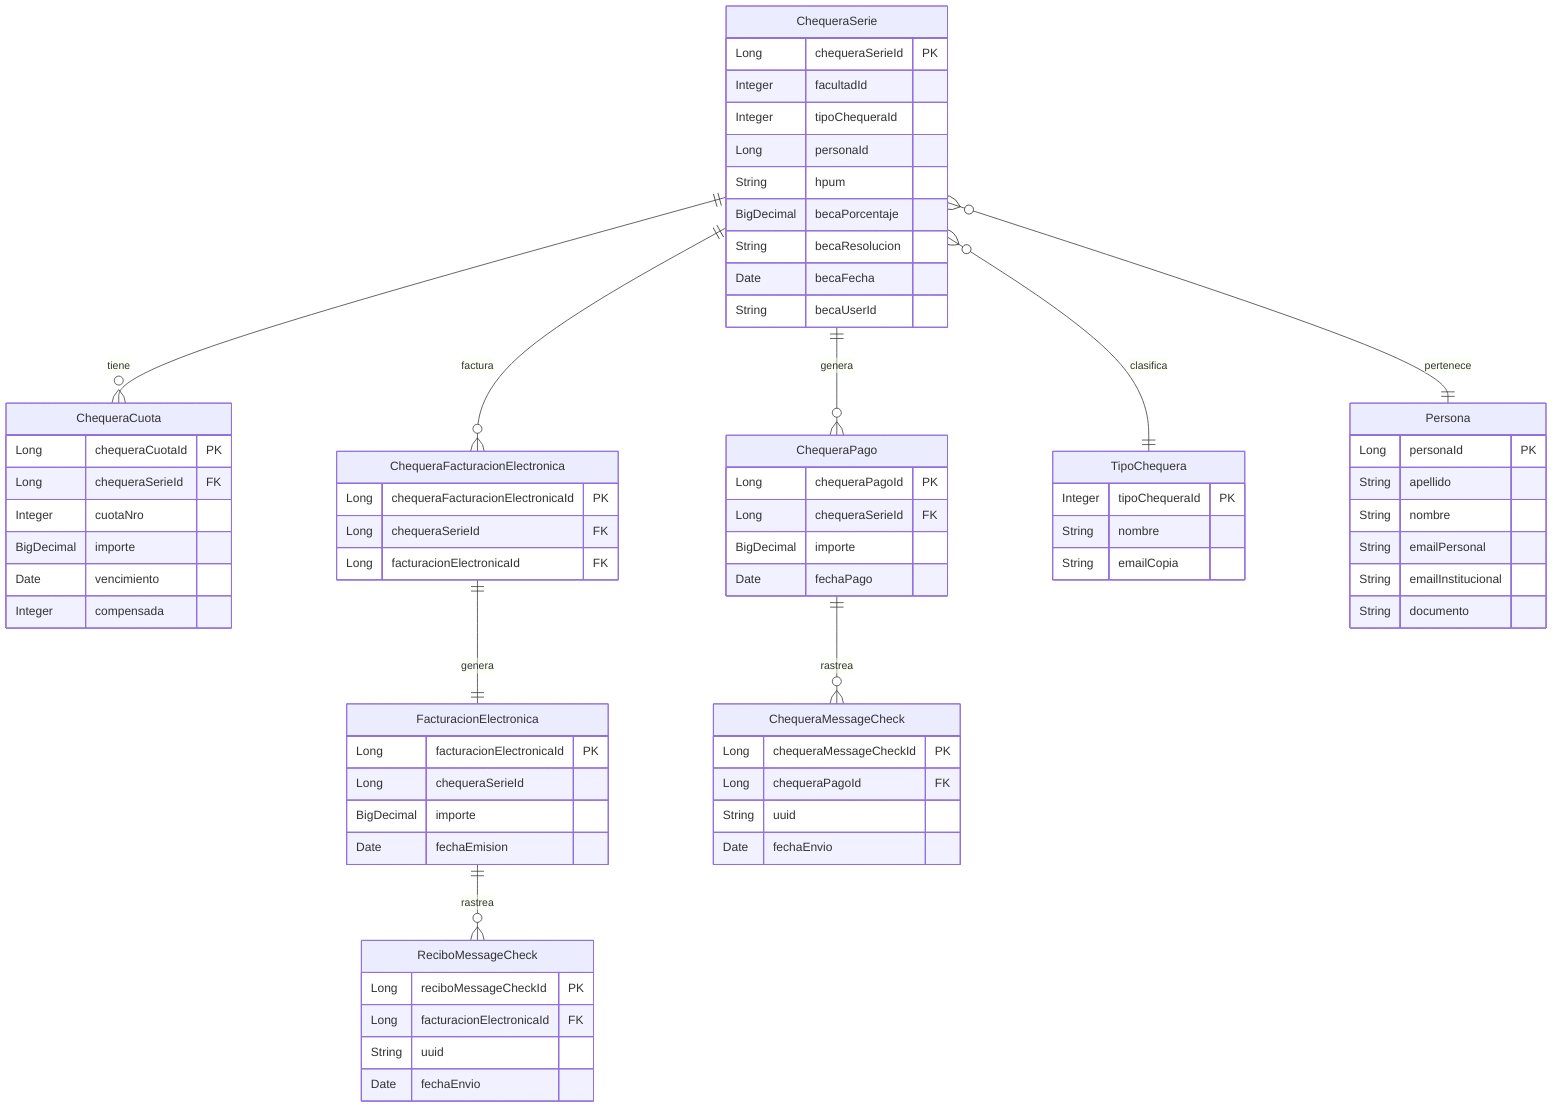
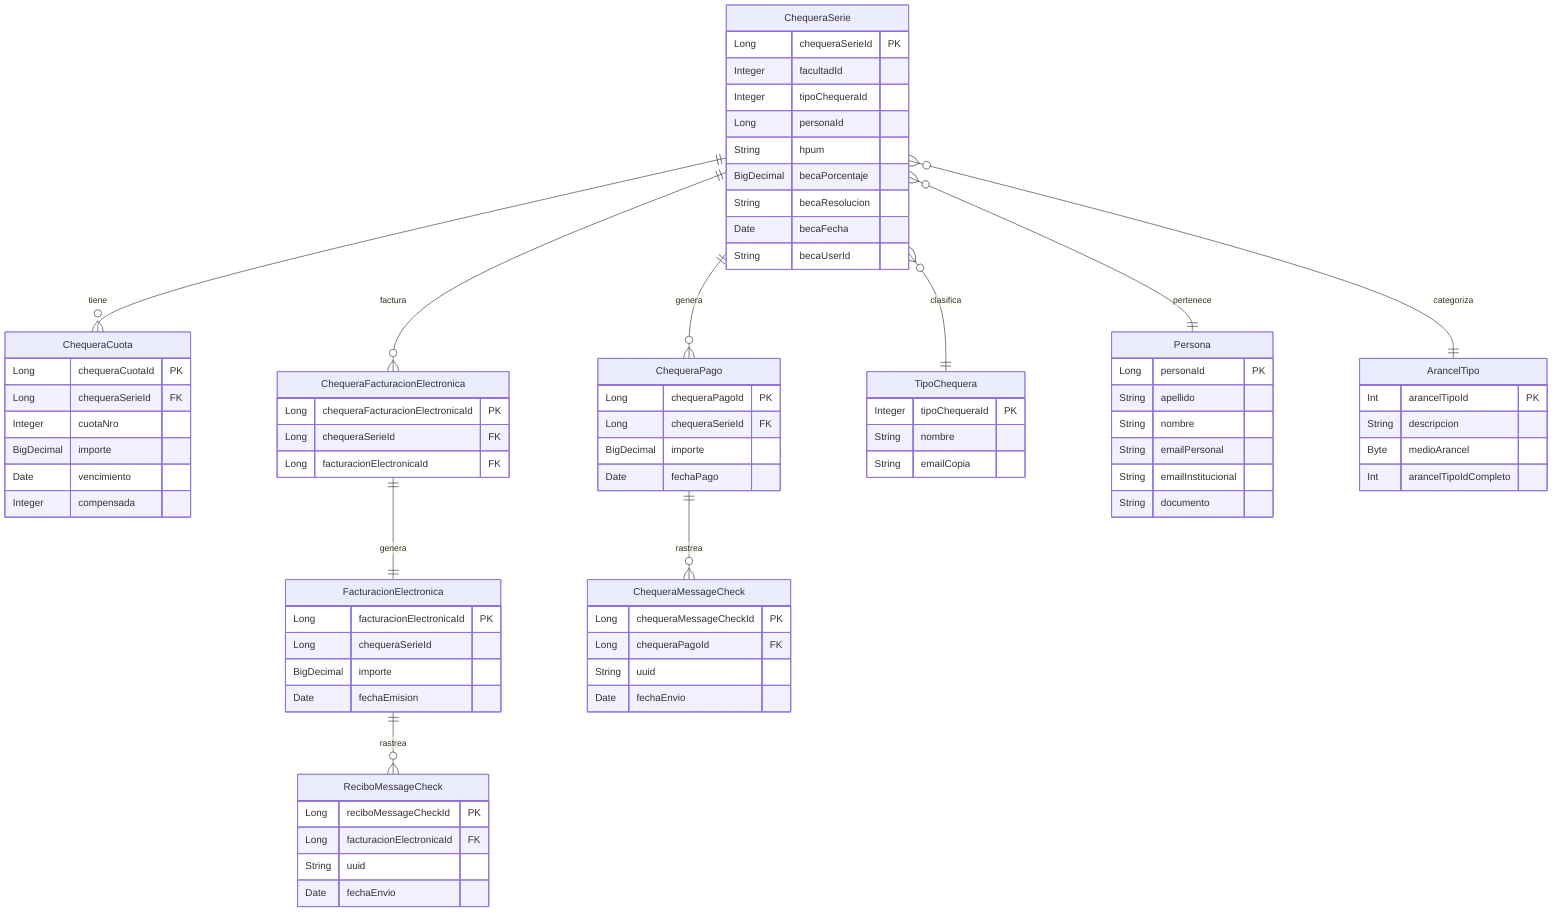
erDiagram
    ChequeraSerie ||--o{ ChequeraCuota : tiene
    ChequeraSerie ||--o{ ChequeraPago : genera
    ChequeraSerie ||--o{ ChequeraFacturacionElectronica : factura
    ChequeraSerie }o--|| TipoChequera : clasifica
    ChequeraSerie }o--|| Persona : pertenece
+     ChequeraSerie }o--|| ArancelTipo : categoriza

    ChequeraFacturacionElectronica ||--|| FacturacionElectronica : genera
    FacturacionElectronica ||--o{ ReciboMessageCheck : rastrea

    ChequeraPago ||--o{ ChequeraMessageCheck : rastrea

    ChequeraSerie {
        Long chequeraSerieId PK
        Integer facultadId
        Integer tipoChequeraId
        Long personaId
        String hpum
        BigDecimal becaPorcentaje
        String becaResolucion
        Date becaFecha
        String becaUserId
    }

    ChequeraCuota {
        Long chequeraCuotaId PK
        Long chequeraSerieId FK
        Integer cuotaNro
        BigDecimal importe
        Date vencimiento
        Integer compensada
    }

    ChequeraPago {
        Long chequeraPagoId PK
        Long chequeraSerieId FK
        BigDecimal importe
        Date fechaPago
    }

    TipoChequera {
        Integer tipoChequeraId PK
        String nombre
        String emailCopia
    }

    Persona {
        Long personaId PK
        String apellido
        String nombre
        String emailPersonal
        String emailInstitucional
        String documento
    }

+     ArancelTipo {
+         Int arancelTipoId PK
+         String descripcion
+         Byte medioArancel
+         Int arancelTipoIdCompleto
+     }
+ 
    ChequeraFacturacionElectronica {
        Long chequeraFacturacionElectronicaId PK
        Long chequeraSerieId FK
        Long facturacionElectronicaId FK
    }

    FacturacionElectronica {
        Long facturacionElectronicaId PK
        Long chequeraSerieId
        BigDecimal importe
        Date fechaEmision
    }

    ReciboMessageCheck {
        Long reciboMessageCheckId PK
        Long facturacionElectronicaId FK
        String uuid
        Date fechaEnvio
    }

    ChequeraMessageCheck {
        Long chequeraMessageCheckId PK
        Long chequeraPagoId FK
        String uuid
        Date fechaEnvio
    }
